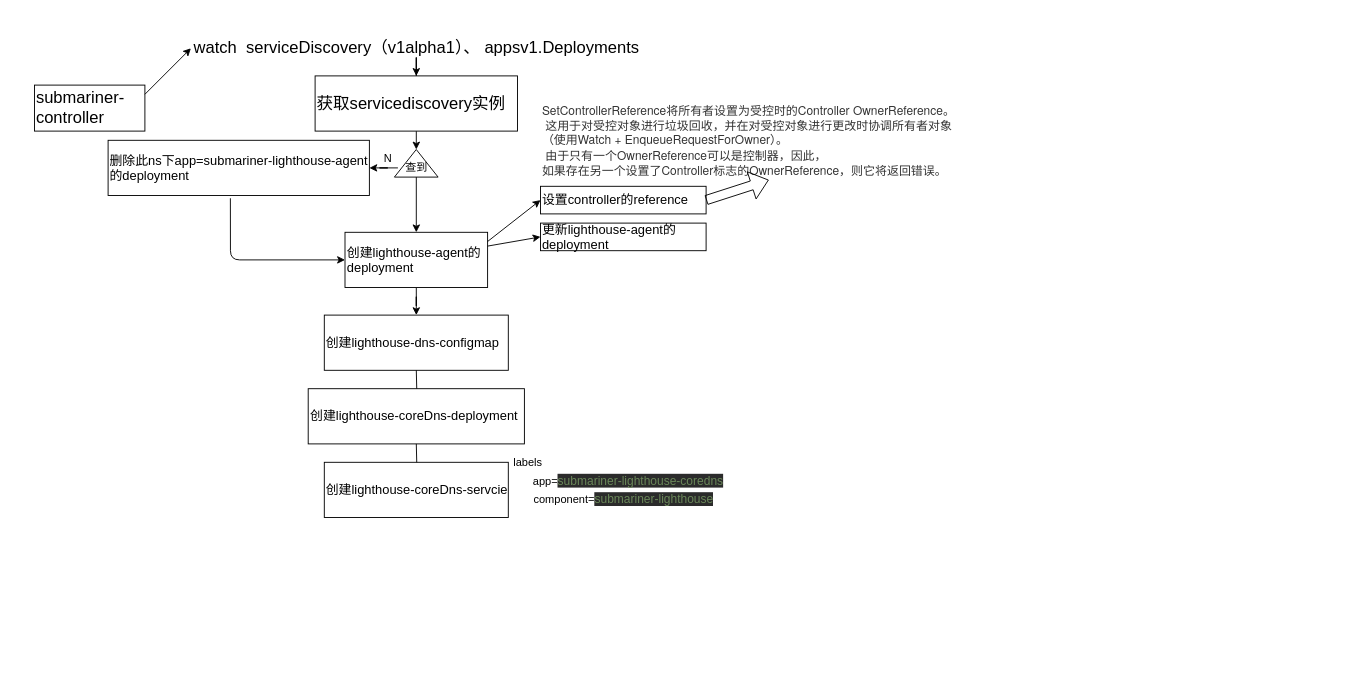
This is page "servicediscovery-controller" (3 of 3) of submariner-operator.drawio from ssider/draw, a draw.io file, before an edit. Source tidied: cells renumbered, new cells numbered last; positions are measured from the earlier drawing's top-left corner, leaving out a move shared by most shapes. Both pictures are drawn from the tidied source at 92%, with x=0, y=0 at pixel (34, 39).
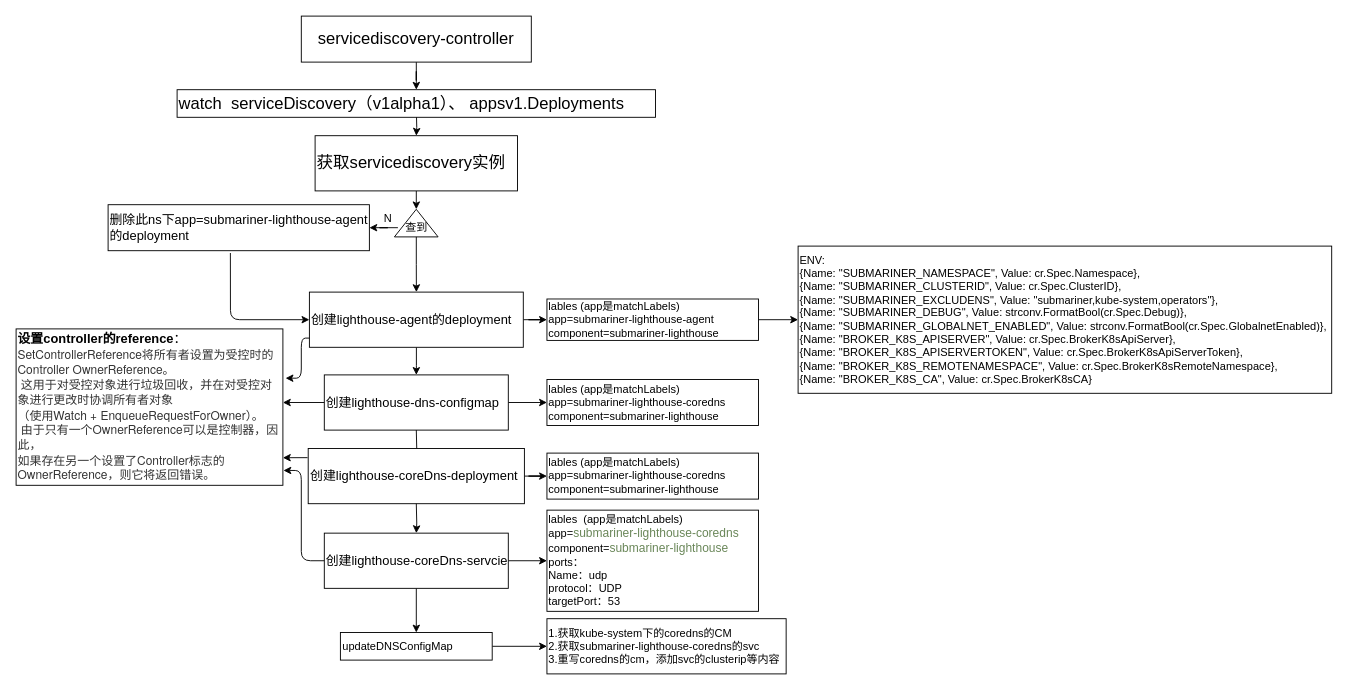
Above is the later version.

What changed in the source:
```diff
@@
+    <mxCell id="31" style="edgeStyle=orthogonalEdgeStyle;rounded=0;jettySize=auto;html=1;" parent="1" edge="1" source="2" target="5">
+      <mxGeometry relative="1" as="geometry" />
+    </mxCell>
-    <mxCell id="2" value="&lt;font style=&quot;font-size: 18px&quot;&gt;submariner-controller&lt;/font&gt;" style="rounded=0;whiteSpace=wrap;html=1;align=left;" parent="1" vertex="1">
-      <mxGeometry y="50" width="120" height="50" as="geometry" />
+    <mxCell id="2" value="&lt;font style=&quot;font-size: 18px&quot;&gt;servicediscovery-controller&lt;/font&gt;" style="rounded=0;whiteSpace=wrap;html=1;align=center;" parent="1" vertex="1">
+      <mxGeometry x="290" y="-25" width="250" height="50" as="geometry" />
     </mxCell>
-    <mxCell id="3" style="endArrow=classic;html=1;" parent="1" edge="1">
-      <mxGeometry relative="1" as="geometry">
-        <mxPoint x="120" y="60" as="sourcePoint" />
-        <mxPoint x="170" y="10" as="targetPoint" />
-      </mxGeometry>
-    </mxCell>
-    <mxCell id="4" style="edgeStyle=orthogonalEdgeStyle;rounded=0;jettySize=auto;html=1;" parent="1" edge="1" source="5" target="7">
-      <mxGeometry relative="1" as="geometry" />
+    <mxCell id="4" style="edgeStyle=orthogonalEdgeStyle;rounded=0;jettySize=auto;html=1;exitX=0.696;exitY=1;exitDx=0;exitDy=0;exitPerimeter=0;" parent="1" edge="1" target="7">
+      <mxGeometry relative="1" as="geometry">
+        <mxPoint x="415" y="75" as="sourcePoint" />
+      </mxGeometry>
     </mxCell>
-    <mxCell id="5" value="&lt;font style=&quot;font-size: 18px&quot;&gt;watch&amp;nbsp; serviceDiscovery（v1alpha1）、 appsv1.Deployments&lt;/font&gt;" style="text;html=1;align=center;verticalAlign=middle;points=[];" parent="1" vertex="1">
-      <mxGeometry x="160" width="510" height="20" as="geometry" />
-    </mxCell>
@@
     <mxCell id="7" value="&lt;font style=&quot;font-size: 18px&quot;&gt;获取servicediscovery实例&lt;/font&gt;" style="whiteSpace=wrap;html=1;align=left;" parent="1" vertex="1">
-      <mxGeometry x="305" y="40" width="220" height="60" as="geometry" />
+      <mxGeometry x="305" y="105" width="220" height="60" as="geometry" />
     </mxCell>
     <mxCell id="8" style="triangle;whiteSpace=wrap;html=1;align=left;direction=north;" parent="1" vertex="1">
-      <mxGeometry x="391.2" y="120" width="47.5" height="30" as="geometry" />
+      <mxGeometry x="391.2" y="185" width="47.5" height="30" as="geometry" />
     </mxCell>
@@
     <mxCell id="11" value="查到" style="text;html=1;align=center;verticalAlign=middle;points=[];" parent="1" vertex="1">
-      <mxGeometry x="395" y="130" width="40" height="20" as="geometry" />
+      <mxGeometry x="395" y="195" width="40" height="20" as="geometry" />
     </mxCell>
     <mxCell id="12" value="&lt;font style=&quot;font-size: 14px&quot;&gt;删除此ns下app=submariner-lighthouse-agent的deployment&lt;/font&gt;" style="whiteSpace=wrap;html=1;align=left;verticalAlign=middle;" parent="1" vertex="1">
-      <mxGeometry x="80" y="110" width="284" height="60" as="geometry" />
+      <mxGeometry x="80" y="180" width="284" height="50" as="geometry" />
     </mxCell>
     <mxCell id="13" value="N" style="text;html=1;align=center;verticalAlign=middle;" parent="1" vertex="1">
-      <mxGeometry x="374" y="120" width="20" height="20" as="geometry" />
+      <mxGeometry x="374" y="185" width="20" height="20" as="geometry" />
     </mxCell>
@@
+    <mxCell id="32" style="edgeStyle=orthogonalEdgeStyle;rounded=0;jettySize=auto;html=1;" parent="1" edge="1" source="15" target="43">
+      <mxGeometry relative="1" as="geometry" />
+    </mxCell>
     <mxCell id="15" value="&lt;font style=&quot;font-size: 14px&quot;&gt;创建lighthouse-agent的deployment&lt;/font&gt;" style="whiteSpace=wrap;html=1;align=left;" parent="1" vertex="1">
-      <mxGeometry x="337.5" y="210" width="155" height="60" as="geometry" />
+      <mxGeometry x="298.8" y="275" width="232.5" height="60" as="geometry" />
     </mxCell>
     <mxCell id="16" style="endArrow=classic;html=1;exitX=0.468;exitY=1.05;exitDx=0;exitDy=0;exitPerimeter=0;entryX=0;entryY=0.5;entryDx=0;entryDy=0;" parent="1" edge="1" source="12" target="15">
       <mxGeometry relative="1" as="geometry">
         <Array as="points">
-          <mxPoint x="213" y="240" />
+          <mxPoint x="213" y="305" />
         </Array>
       </mxGeometry>
     </mxCell>
-    <mxCell id="17" style="endArrow=classic;html=1;entryX=0;entryY=0.5;entryDx=0;entryDy=0;" parent="1" edge="1" target="18">
-      <mxGeometry relative="1" as="geometry">
-        <mxPoint x="492.5" y="220" as="sourcePoint" />
-      </mxGeometry>
-    </mxCell>
-    <mxCell id="18" value="&lt;font style=&quot;font-size: 14px&quot;&gt;设置controller的reference&lt;/font&gt;" style="rounded=0;whiteSpace=wrap;html=1;align=left;" parent="1" vertex="1">
-      <mxGeometry x="550" y="160" width="180" height="30" as="geometry" />
+    <mxCell id="18" value="&lt;font style=&quot;font-size: 14px&quot;&gt;&lt;b&gt;设置controller的reference&lt;/b&gt;：&lt;/font&gt;&lt;span style=&quot;color: rgb(51 , 51 , 51) ; font-family: &amp;#34;helvetica neue&amp;#34; , &amp;#34;helvetica&amp;#34; , &amp;#34;arial&amp;#34; , &amp;#34;hiragino sans gb&amp;#34; , &amp;#34;hiragino sans gb w3&amp;#34; , &amp;#34;microsoft yahei ui&amp;#34; , &amp;#34;microsoft yahei&amp;#34; , sans-serif ; font-size: 13px&quot;&gt;SetControllerReference将所有者设置为受控时的Controller OwnerReference。&lt;/span&gt;&lt;br style=&quot;color: rgb(51 , 51 , 51) ; font-family: &amp;#34;helvetica neue&amp;#34; , &amp;#34;helvetica&amp;#34; , &amp;#34;arial&amp;#34; , &amp;#34;hiragino sans gb&amp;#34; , &amp;#34;hiragino sans gb w3&amp;#34; , &amp;#34;microsoft yahei ui&amp;#34; , &amp;#34;microsoft yahei&amp;#34; , sans-serif ; font-size: 13px&quot;&gt;&lt;span style=&quot;color: rgb(51 , 51 , 51) ; font-family: &amp;#34;helvetica neue&amp;#34; , &amp;#34;helvetica&amp;#34; , &amp;#34;arial&amp;#34; , &amp;#34;hiragino sans gb&amp;#34; , &amp;#34;hiragino sans gb w3&amp;#34; , &amp;#34;microsoft yahei ui&amp;#34; , &amp;#34;microsoft yahei&amp;#34; , sans-serif ; font-size: 13px&quot;&gt;&amp;nbsp;这用于对受控对象进行垃圾回收，并在对受控对象进行更改时协调所有者对象&lt;/span&gt;&lt;br style=&quot;color: rgb(51 , 51 , 51) ; font-family: &amp;#34;helvetica neue&amp;#34; , &amp;#34;helvetica&amp;#34; , &amp;#34;arial&amp;#34; , &amp;#34;hiragino sans gb&amp;#34; , &amp;#34;hiragino sans gb w3&amp;#34; , &amp;#34;microsoft yahei ui&amp;#34; , &amp;#34;microsoft yahei&amp;#34; , sans-serif ; font-size: 13px&quot;&gt;&lt;span style=&quot;color: rgb(51 , 51 , 51) ; font-family: &amp;#34;helvetica neue&amp;#34; , &amp;#34;helvetica&amp;#34; , &amp;#34;arial&amp;#34; , &amp;#34;hiragino sans gb&amp;#34; , &amp;#34;hiragino sans gb w3&amp;#34; , &amp;#34;microsoft yahei ui&amp;#34; , &amp;#34;microsoft yahei&amp;#34; , sans-serif ; font-size: 13px&quot;&gt;（使用Watch + EnqueueRequestForOwner）。&lt;/span&gt;&lt;br style=&quot;color: rgb(51 , 51 , 51) ; font-family: &amp;#34;helvetica neue&amp;#34; , &amp;#34;helvetica&amp;#34; , &amp;#34;arial&amp;#34; , &amp;#34;hiragino sans gb&amp;#34; , &amp;#34;hiragino sans gb w3&amp;#34; , &amp;#34;microsoft yahei ui&amp;#34; , &amp;#34;microsoft yahei&amp;#34; , sans-serif ; font-size: 13px&quot;&gt;&lt;span style=&quot;color: rgb(51 , 51 , 51) ; font-family: &amp;#34;helvetica neue&amp;#34; , &amp;#34;helvetica&amp;#34; , &amp;#34;arial&amp;#34; , &amp;#34;hiragino sans gb&amp;#34; , &amp;#34;hiragino sans gb w3&amp;#34; , &amp;#34;microsoft yahei ui&amp;#34; , &amp;#34;microsoft yahei&amp;#34; , sans-serif ; font-size: 13px&quot;&gt;&amp;nbsp;由于只有一个OwnerReference可以是控制器，因此，&lt;/span&gt;&lt;br style=&quot;color: rgb(51 , 51 , 51) ; font-family: &amp;#34;helvetica neue&amp;#34; , &amp;#34;helvetica&amp;#34; , &amp;#34;arial&amp;#34; , &amp;#34;hiragino sans gb&amp;#34; , &amp;#34;hiragino sans gb w3&amp;#34; , &amp;#34;microsoft yahei ui&amp;#34; , &amp;#34;microsoft yahei&amp;#34; , sans-serif ; font-size: 13px&quot;&gt;&lt;span style=&quot;color: rgb(51 , 51 , 51) ; font-family: &amp;#34;helvetica neue&amp;#34; , &amp;#34;helvetica&amp;#34; , &amp;#34;arial&amp;#34; , &amp;#34;hiragino sans gb&amp;#34; , &amp;#34;hiragino sans gb w3&amp;#34; , &amp;#34;microsoft yahei ui&amp;#34; , &amp;#34;microsoft yahei&amp;#34; , sans-serif ; font-size: 13px&quot;&gt;如果存在另一个设置了Controller标志的OwnerReference，则它将返回错误。&lt;/span&gt;" style="rounded=0;whiteSpace=wrap;html=1;align=left;" parent="1" vertex="1">
+      <mxGeometry x="-20" y="315" width="290" height="170" as="geometry" />
     </mxCell>
-    <mxCell id="19" value="&lt;span style=&quot;color: rgb(51 , 51 , 51) ; font-family: &amp;#34;helvetica neue&amp;#34; , &amp;#34;helvetica&amp;#34; , &amp;#34;arial&amp;#34; , &amp;#34;hiragino sans gb&amp;#34; , &amp;#34;hiragino sans gb w3&amp;#34; , &amp;#34;microsoft yahei ui&amp;#34; , &amp;#34;microsoft yahei&amp;#34; , sans-serif ; font-size: 13px&quot;&gt;SetControllerReference将所有者设置为受控时的Controller OwnerReference。&lt;br&gt;&amp;nbsp;这用于对受控对象进行垃圾回收，并在对受控对象进行更改时协调所有者对象&lt;br&gt;（使用Watch + EnqueueRequestForOwner）。&lt;br&gt;&amp;nbsp;由于只有一个OwnerReference可以是控制器，因此，&lt;br&gt;如果存在另一个设置了Controller标志的OwnerReference，则它将返回错误。&lt;/span&gt;" style="text;html=1;align=left;verticalAlign=middle;points=[];" parent="1" vertex="1">
-      <mxGeometry x="550" y="70" width="470" height="80" as="geometry" />
-    </mxCell>
-    <mxCell id="20" style="shape=flexArrow;endArrow=classic;html=1;entryX=0.528;entryY=1.038;entryDx=0;entryDy=0;entryPerimeter=0;exitX=1;exitY=0.5;exitDx=0;exitDy=0;" parent="1" edge="1" source="18" target="19">
-      <mxGeometry relative="1" as="geometry" />
-    </mxCell>
-    <mxCell id="21" style="endArrow=classic;html=1;exitX=1;exitY=0.25;exitDx=0;exitDy=0;entryX=0;entryY=0.5;entryDx=0;entryDy=0;" parent="1" edge="1" source="15" target="22">
-      <mxGeometry relative="1" as="geometry" />
-    </mxCell>
-    <mxCell id="22" value="&lt;span style=&quot;font-size: 14px&quot;&gt;更新lighthouse-agent的deployment&lt;/span&gt;" style="rounded=0;whiteSpace=wrap;html=1;align=left;" parent="1" vertex="1">
-      <mxGeometry x="550" y="200" width="180" height="30" as="geometry" />
-    </mxCell>
+    <mxCell id="33" style="edgeStyle=orthogonalEdgeStyle;rounded=0;jettySize=auto;html=1;" parent="1" edge="1" source="23" target="45">
+      <mxGeometry relative="1" as="geometry" />
+    </mxCell>
     <mxCell id="23" value="&lt;font style=&quot;font-size: 14px&quot;&gt;创建lighthouse-dns-configmap&lt;/font&gt;" style="whiteSpace=wrap;html=1;align=left;" parent="1" vertex="1">
-      <mxGeometry x="315" y="300" width="200" height="60" as="geometry" />
+      <mxGeometry x="315" y="365" width="200" height="60" as="geometry" />
     </mxCell>
     <mxCell id="24" style="edgeStyle=orthogonalEdgeStyle;rounded=0;jettySize=auto;html=1;" parent="1" edge="1" target="25">
       <mxGeometry relative="1" as="geometry">
-        <mxPoint x="415" y="360" as="sourcePoint" />
+        <mxPoint x="415" y="425" as="sourcePoint" />
       </mxGeometry>
     </mxCell>
+    <mxCell id="34" style="edgeStyle=orthogonalEdgeStyle;rounded=0;jettySize=auto;html=1;" parent="1" edge="1" source="25" target="46">
+      <mxGeometry relative="1" as="geometry" />
+    </mxCell>
     <mxCell id="25" value="&lt;font style=&quot;font-size: 14px&quot;&gt;创建lighthouse-coreDns-deployment&lt;/font&gt;" style="whiteSpace=wrap;html=1;align=left;" parent="1" vertex="1">
-      <mxGeometry x="297.5" y="380" width="235" height="60" as="geometry" />
+      <mxGeometry x="297.5" y="445" width="235" height="60" as="geometry" />
     </mxCell>
     <mxCell id="26" style="edgeStyle=orthogonalEdgeStyle;rounded=0;jettySize=auto;html=1;" parent="1" edge="1" target="27">
       <mxGeometry relative="1" as="geometry">
-        <mxPoint x="415" y="440" as="sourcePoint" />
+        <mxPoint x="415" y="505" as="sourcePoint" />
       </mxGeometry>
     </mxCell>
+    <mxCell id="35" style="edgeStyle=orthogonalEdgeStyle;rounded=0;jettySize=auto;html=1;" parent="1" edge="1" source="27" target="37">
+      <mxGeometry relative="1" as="geometry" />
+    </mxCell>
+    <mxCell id="36" style="edgeStyle=orthogonalEdgeStyle;rounded=0;jettySize=auto;html=1;" parent="1" edge="1" source="27" target="48">
+      <mxGeometry relative="1" as="geometry" />
+    </mxCell>
     <mxCell id="27" value="&lt;font style=&quot;font-size: 14px&quot;&gt;创建lighthouse-coreDns-servcie&lt;/font&gt;" style="whiteSpace=wrap;html=1;align=left;" parent="1" vertex="1">
-      <mxGeometry x="315" y="460" width="200" height="60" as="geometry" />
+      <mxGeometry x="315" y="537" width="200" height="60" as="geometry" />
     </mxCell>
-    <mxCell id="28" value="app=&lt;span style=&quot;color: rgb(106 , 135 , 89) ; background-color: rgb(43 , 43 , 43) ; font-family: &amp;#34;jetbrains mono&amp;#34; ; font-size: 9.8pt&quot;&gt;submariner-lighthouse-coredns&lt;/span&gt;" style="text;html=1;align=center;verticalAlign=middle;" parent="1" vertex="1">
-      <mxGeometry x="525" y="470" width="240" height="20" as="geometry" />
-    </mxCell>
-    <mxCell id="29" value="component=&lt;span style=&quot;color: rgb(106 , 135 , 89) ; background-color: rgb(43 , 43 , 43) ; font-family: &amp;#34;jetbrains mono&amp;#34; ; font-size: 9.8pt&quot;&gt;submariner-lighthouse&lt;/span&gt;" style="text;html=1;align=center;verticalAlign=middle;" parent="1" vertex="1">
-      <mxGeometry x="530" y="490" width="220" height="20" as="geometry" />
-    </mxCell>
-    <mxCell id="30" value="labels" style="text;html=1;align=center;verticalAlign=middle;" parent="1" vertex="1">
-      <mxGeometry x="511" y="450" width="50" height="20" as="geometry" />
-    </mxCell>
+    <mxCell id="37" value="&lt;span style=&quot;background-color: rgb(255 , 255 , 255)&quot;&gt;lables&amp;nbsp;&amp;nbsp;(app是matchLabels)&lt;br&gt;&lt;span style=&quot;text-align: center&quot;&gt;app=&lt;/span&gt;&lt;span style=&quot;text-align: center ; color: rgb(106 , 135 , 89) ; font-family: &amp;#34;jetbrains mono&amp;#34; ; font-size: 9.8pt&quot;&gt;submariner-lighthouse-coredns&lt;br&gt;&lt;/span&gt;&lt;span style=&quot;text-align: center&quot;&gt;component=&lt;/span&gt;&lt;span style=&quot;text-align: center ; color: rgb(106 , 135 , 89) ; font-family: &amp;#34;jetbrains mono&amp;#34; ; font-size: 9.8pt&quot;&gt;submariner-lighthouse&lt;br&gt;&lt;/span&gt;&lt;/span&gt;&lt;span style=&quot;background-color: rgb(255 , 255 , 255)&quot;&gt;ports：&lt;br&gt;Name：udp&lt;br&gt;&lt;/span&gt;protocol：UDP&lt;br&gt;targetPort：53" style="whiteSpace=wrap;html=1;align=left;" parent="1" vertex="1">
+      <mxGeometry x="557" y="512" width="230" height="110" as="geometry" />
+    </mxCell>
+    <mxCell id="38" style="edgeStyle=segmentEdgeStyle;endArrow=classic;html=1;exitX=0;exitY=0.5;exitDx=0;exitDy=0;" parent="1" edge="1" source="23" target="18">
+      <mxGeometry relative="1" as="geometry" />
+    </mxCell>
+    <mxCell id="39" style="edgeStyle=segmentEdgeStyle;endArrow=classic;html=1;entryX=1.01;entryY=0.315;entryDx=0;entryDy=0;entryPerimeter=0;" parent="1" edge="1" source="15" target="18">
+      <mxGeometry relative="1" as="geometry">
+        <Array as="points">
+          <mxPoint x="290" y="325" />
+          <mxPoint x="290" y="369" />
+        </Array>
+      </mxGeometry>
+    </mxCell>
+    <mxCell id="40" style="edgeStyle=segmentEdgeStyle;endArrow=classic;html=1;exitX=-0.003;exitY=0.166;exitDx=0;exitDy=0;exitPerimeter=0;" parent="1" edge="1" source="25">
+      <mxGeometry relative="1" as="geometry">
+        <mxPoint x="270" y="455" as="targetPoint" />
+      </mxGeometry>
+    </mxCell>
+    <mxCell id="41" style="edgeStyle=segmentEdgeStyle;endArrow=classic;html=1;exitX=0;exitY=0.5;exitDx=0;exitDy=0;entryX=1.002;entryY=0.905;entryDx=0;entryDy=0;entryPerimeter=0;" parent="1" edge="1" source="27" target="18">
+      <mxGeometry relative="1" as="geometry">
+        <Array as="points">
+          <mxPoint x="290" y="567" />
+          <mxPoint x="290" y="469" />
+        </Array>
+      </mxGeometry>
+    </mxCell>
+    <mxCell id="42" style="edgeStyle=orthogonalEdgeStyle;rounded=0;jettySize=auto;html=1;entryX=0;entryY=0.5;entryDx=0;entryDy=0;" parent="1" edge="1" source="43" target="44">
+      <mxGeometry relative="1" as="geometry" />
+    </mxCell>
+    <mxCell id="43" value="&lt;span style=&quot;background-color: rgb(255 , 255 , 255)&quot;&gt;lables (app是matchLabels)&lt;br&gt;&lt;span style=&quot;text-align: center&quot;&gt;app=&lt;/span&gt;&lt;span style=&quot;text-align: center&quot;&gt;submariner-lighthouse-agent&lt;br&gt;&lt;/span&gt;&lt;span style=&quot;text-align: center&quot;&gt;component=submariner-lighthouse&lt;/span&gt;&lt;/span&gt;" style="whiteSpace=wrap;html=1;align=left;" parent="1" vertex="1">
+      <mxGeometry x="557" y="282.5" width="230" height="45" as="geometry" />
+    </mxCell>
+    <mxCell id="44" value="&lt;span style=&quot;background-color: rgb(255 , 255 , 255)&quot;&gt;ENV:&lt;br&gt;&lt;div&gt;{Name: &quot;SUBMARINER_NAMESPACE&quot;, Value: cr.Spec.Namespace},&lt;/div&gt;&lt;div&gt;&lt;span&gt;        &lt;/span&gt;{Name: &quot;SUBMARINER_CLUSTERID&quot;, Value: cr.Spec.ClusterID},&lt;/div&gt;&lt;div&gt;&lt;span&gt;        &lt;/span&gt;{Name: &quot;SUBMARINER_EXCLUDENS&quot;, Value: &quot;submariner,kube-system,operators&quot;},&lt;/div&gt;&lt;div&gt;&lt;span&gt;        &lt;/span&gt;{Name: &quot;SUBMARINER_DEBUG&quot;, Value: strconv.FormatBool(cr.Spec.Debug)},&lt;/div&gt;&lt;div&gt;&lt;span&gt;        &lt;/span&gt;{Name: &quot;SUBMARINER_GLOBALNET_ENABLED&quot;, Value: strconv.FormatBool(cr.Spec.GlobalnetEnabled)},&lt;/div&gt;&lt;div&gt;&lt;span&gt;        &lt;/span&gt;{Name: &quot;BROKER_K8S_APISERVER&quot;, Value: cr.Spec.BrokerK8sApiServer},&lt;/div&gt;&lt;div&gt;&lt;span&gt;        &lt;/span&gt;{Name: &quot;BROKER_K8S_APISERVERTOKEN&quot;, Value: cr.Spec.BrokerK8sApiServerToken},&lt;/div&gt;&lt;div&gt;&lt;span&gt;        &lt;/span&gt;{Name: &quot;BROKER_K8S_REMOTENAMESPACE&quot;, Value: cr.Spec.BrokerK8sRemoteNamespace},&lt;/div&gt;&lt;div&gt;&lt;span&gt;        &lt;/span&gt;{Name: &quot;BROKER_K8S_CA&quot;, Value: cr.Spec.BrokerK8sCA}&lt;/div&gt;&lt;/span&gt;" style="whiteSpace=wrap;html=1;align=left;" parent="1" vertex="1">
+      <mxGeometry x="830" y="225" width="580" height="160" as="geometry" />
+    </mxCell>
+    <mxCell id="45" value="&lt;span style=&quot;background-color: rgb(255 , 255 , 255)&quot;&gt;lables (app是matchLabels)&lt;br&gt;&lt;span style=&quot;text-align: center&quot;&gt;app=&lt;/span&gt;&lt;span style=&quot;text-align: center&quot;&gt;submariner-lighthouse-coredns&lt;br&gt;&lt;/span&gt;&lt;span style=&quot;text-align: center&quot;&gt;component=submariner-lighthouse&lt;/span&gt;&lt;/span&gt;" style="whiteSpace=wrap;html=1;align=left;" parent="1" vertex="1">
+      <mxGeometry x="557" y="370" width="230" height="50" as="geometry" />
+    </mxCell>
+    <mxCell id="46" value="&lt;span style=&quot;background-color: rgb(255 , 255 , 255)&quot;&gt;lables (app是matchLabels)&lt;br&gt;&lt;span style=&quot;text-align: center&quot;&gt;app=&lt;/span&gt;&lt;span style=&quot;text-align: center&quot;&gt;submariner-lighthouse-coredns&lt;br&gt;&lt;/span&gt;&lt;span style=&quot;text-align: center&quot;&gt;component=submariner-lighthouse&lt;/span&gt;&lt;/span&gt;" style="whiteSpace=wrap;html=1;align=left;" parent="1" vertex="1">
+      <mxGeometry x="557" y="450" width="230" height="50" as="geometry" />
+    </mxCell>
+    <mxCell id="47" style="edgeStyle=orthogonalEdgeStyle;rounded=0;jettySize=auto;html=1;" parent="1" edge="1" source="48" target="49">
+      <mxGeometry relative="1" as="geometry" />
+    </mxCell>
+    <mxCell id="48" value="updateDNSConfigMap" style="whiteSpace=wrap;html=1;align=left;" parent="1" vertex="1">
+      <mxGeometry x="332.5" y="645" width="165" height="30" as="geometry" />
+    </mxCell>
+    <mxCell id="49" value="1.获取kube-system下的coredns的CM&lt;br&gt;2.获取submariner-lighthouse-coredns的svc&lt;br&gt;3.重写coredns的cm，添加svc的clusterip等内容" style="whiteSpace=wrap;html=1;align=left;" parent="1" vertex="1">
+      <mxGeometry x="557" y="630" width="260" height="60" as="geometry" />
+    </mxCell>
+    <mxCell id="5" value="&lt;span style=&quot;font-size: 18px ; text-align: center&quot;&gt;watch&amp;nbsp; serviceDiscovery（v1alpha1）、 appsv1.Deployments&lt;/span&gt;" style="rounded=0;whiteSpace=wrap;html=1;align=left;" parent="1" vertex="1">
+      <mxGeometry x="155" y="55" width="520" height="30" as="geometry" />
+    </mxCell>
```
